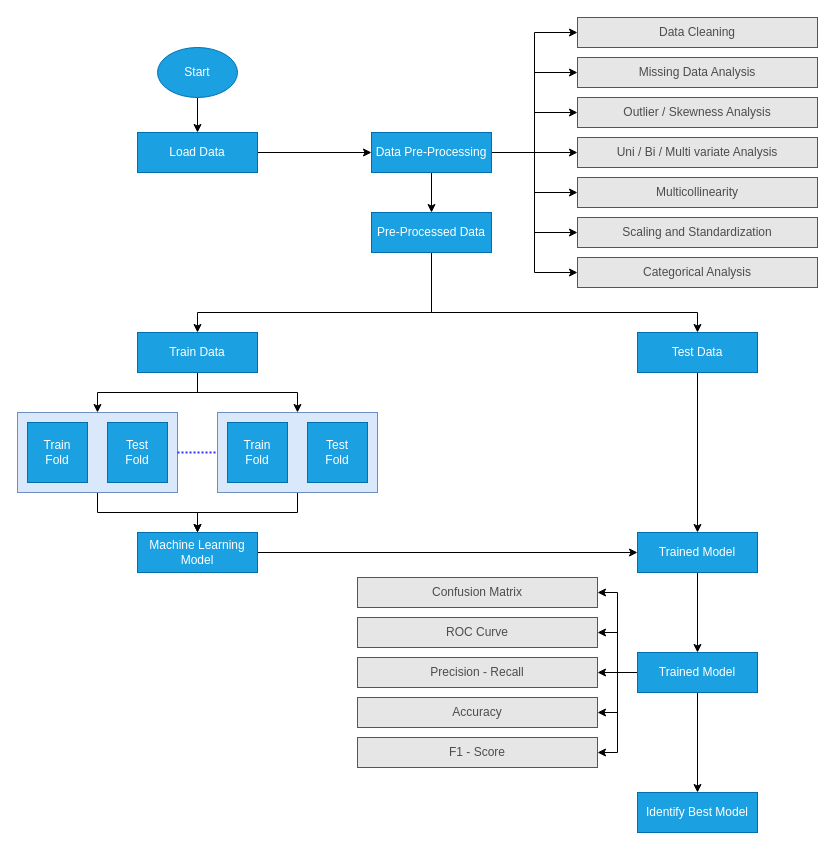
Above: Research Proposal/Research proposal.drawio in anishmahapatra/MSc-Data-Science (draw.io), before the change. Source tidied: cells renumbered, new cells numbered last; positions are measured from the earlier drawing's top-left corner, leaving out a move shared by most shapes. Both pictures are drawn from the tidied source at 100%, with x=0, y=0 at pixel (17, 17).
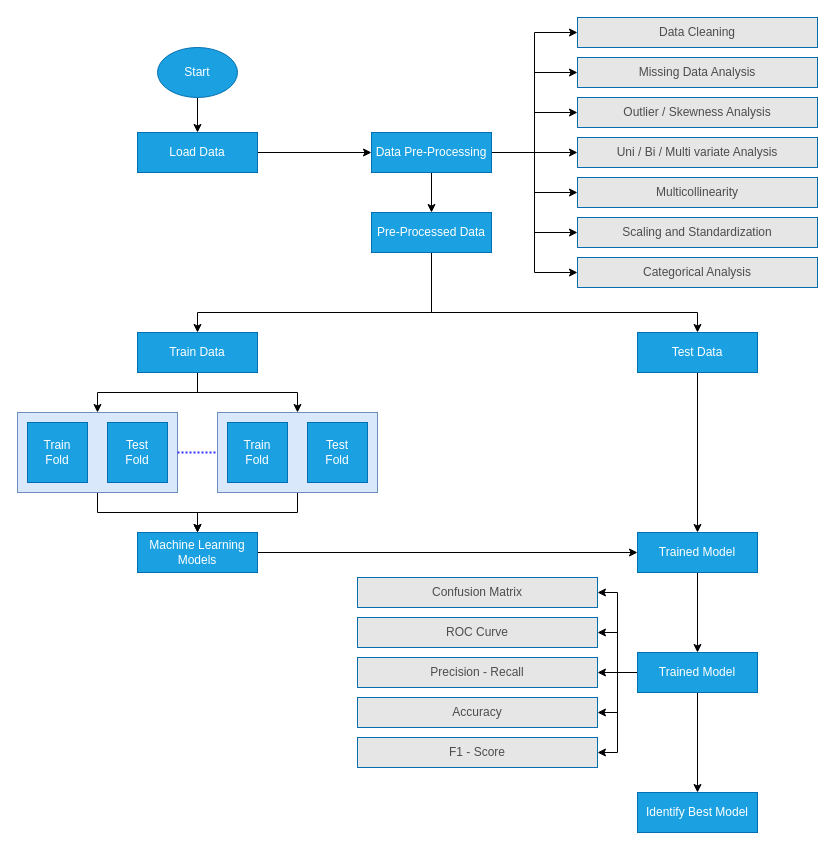
The same page after the edit.

Change to the diagram source:
```diff
@@
-    <mxCell id="41" value="Machine Learning Model" style="rounded=0;whiteSpace=wrap;html=1;fillColor=#1ba1e2;strokeColor=#006EAF;fontColor=#ffffff;" parent="1" vertex="1">
+    <mxCell id="41" value="Machine Learning Models" style="rounded=0;whiteSpace=wrap;html=1;fillColor=#1ba1e2;strokeColor=#006EAF;fontColor=#ffffff;" parent="1" vertex="1">
       <mxGeometry x="120" y="515" width="120" height="40" as="geometry" />
     </mxCell>
```
